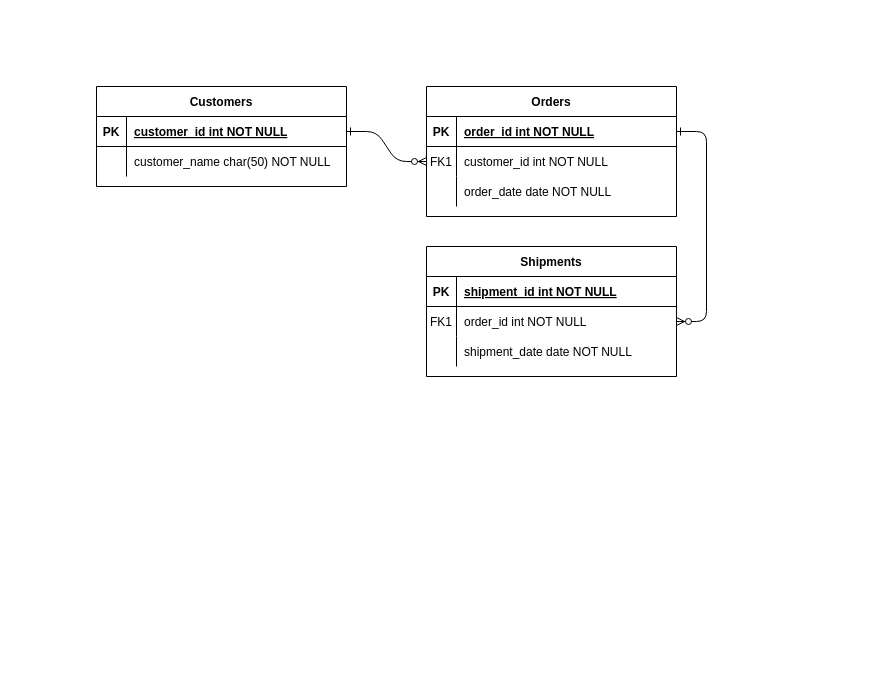
Earlier version of the draw.io diagram postgresql.drawio (yohana993/Postgresql). Source tidied: cells renumbered, new cells numbered last; positions are measured from the earlier drawing's top-left corner, leaving out a move shared by most shapes. Both pictures are drawn from the tidied source at 100%, with x=0, y=0 at pixel (96, 86).
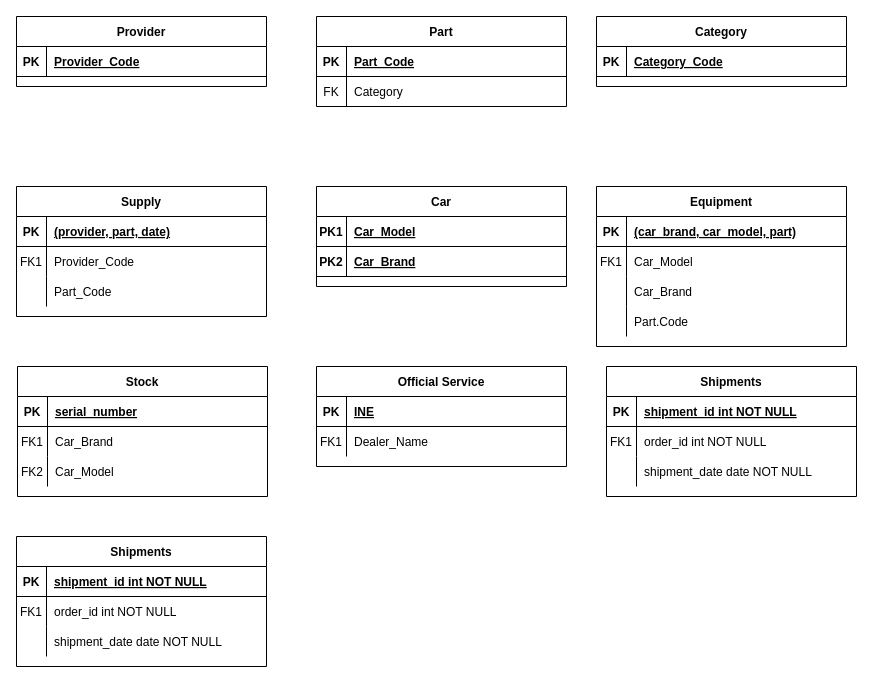
Above is the later version.

Unchanged cells that the change refers to:
```xml
<mxCell id="5" style="shape=partialRectangle;fillColor=none;points=[[0,0.5],[1,0.5]];portConstraint=eastwest;top=0;left=0;right=0;bottom=1;" parent="4" vertex="1">
  <mxGeometry y="30" width="250" height="30" as="geometry" />
</mxCell>
<mxCell id="8" style="shape=partialRectangle;fillColor=none;points=[[0,0.5],[1,0.5]];portConstraint=eastwest;top=0;left=0;right=0;bottom=0;" parent="4" vertex="1">
  <mxGeometry y="60" width="250" height="30" as="geometry" />
</mxCell>
<mxCell id="15" style="shape=partialRectangle;fillColor=none;top=0;left=0;right=0;bottom=1;" parent="14" vertex="1">
  <mxGeometry y="30" width="250" height="30" as="geometry" />
</mxCell>
<mxCell id="25" style="shape=partialRectangle;fillColor=none;points=[[0,0.5],[1,0.5]];portConstraint=eastwest;top=0;left=0;right=0;bottom=1;" parent="24" vertex="1">
  <mxGeometry y="30" width="250" height="30" as="geometry" />
</mxCell>
```

What changed in the source:
```diff
@@
-    <mxCell id="2" style="edgeStyle=entityRelationEdgeStyle;endArrow=ERzeroToMany;startArrow=ERone;endFill=1;startFill=0;" parent="1" edge="1" source="25" target="8">
-      <mxGeometry relative="1" as="geometry" />
-    </mxCell>
-    <mxCell id="3" style="edgeStyle=entityRelationEdgeStyle;endArrow=ERzeroToMany;startArrow=ERone;endFill=1;startFill=0;" parent="1" edge="1" source="5" target="18">
-      <mxGeometry relative="1" as="geometry" />
-    </mxCell>
-    <mxCell id="4" value="Orders" style="shape=table;startSize=30;childLayout=tableLayout;rowLines=0;fontStyle=1;align=center;" parent="1" vertex="1">
-      <mxGeometry x="330" width="250" height="130" as="geometry" />
+    <mxCell id="4" value="Part" style="shape=table;startSize=30;childLayout=tableLayout;rowLines=0;fontStyle=1;align=center;" parent="1" vertex="1">
+      <mxGeometry x="220" y="-70" width="250" height="90" as="geometry" />
     </mxCell>
@@
-    <mxCell id="7" value="order_id int NOT NULL " style="shape=partialRectangle;overflow=hidden;fillColor=none;top=0;left=0;bottom=0;right=0;align=left;spacingLeft=6;fontStyle=5;" parent="5" vertex="1">
+    <mxCell id="7" value="Part_Code" style="shape=partialRectangle;overflow=hidden;fillColor=none;top=0;left=0;bottom=0;right=0;align=left;spacingLeft=6;fontStyle=5;" parent="5" vertex="1">
       <mxGeometry x="30" width="220" height="30" as="geometry" />
     </mxCell>
@@
-    <mxCell id="9" value="FK1" style="shape=partialRectangle;overflow=hidden;fillColor=none;top=0;left=0;bottom=0;right=0;" parent="8" vertex="1">
+    <mxCell id="9" value="FK" style="shape=partialRectangle;overflow=hidden;fillColor=none;top=0;left=0;bottom=0;right=0;" parent="8" vertex="1">
       <mxGeometry width="30" height="30" as="geometry" />
     </mxCell>
-    <mxCell id="10" value="customer_id int NOT NULL" style="shape=partialRectangle;overflow=hidden;fillColor=none;top=0;left=0;bottom=0;right=0;align=left;spacingLeft=6;" parent="8" vertex="1">
+    <mxCell id="10" value="Category" style="shape=partialRectangle;overflow=hidden;fillColor=none;top=0;left=0;bottom=0;right=0;align=left;spacingLeft=6;" parent="8" vertex="1">
       <mxGeometry x="30" width="220" height="30" as="geometry" />
     </mxCell>
-    <mxCell id="11" style="shape=partialRectangle;fillColor=none;top=0;left=0;right=0;bottom=0;" parent="4" vertex="1">
-      <mxGeometry y="90" width="250" height="30" as="geometry" />
-    </mxCell>
-    <mxCell id="12" style="shape=partialRectangle;overflow=hidden;fillColor=none;top=0;left=0;bottom=0;right=0;" parent="11" vertex="1">
-      <mxGeometry width="30" height="30" as="geometry" />
-    </mxCell>
-    <mxCell id="13" value="order_date date NOT NULL" style="shape=partialRectangle;overflow=hidden;fillColor=none;top=0;left=0;bottom=0;right=0;align=left;spacingLeft=6;" parent="11" vertex="1">
-      <mxGeometry x="30" width="220" height="30" as="geometry" />
-    </mxCell>
-    <mxCell id="14" value="Shipments" style="shape=table;startSize=30;childLayout=tableLayout;rowLines=0;fontStyle=1;align=center;" parent="1" vertex="1">
-      <mxGeometry x="330" y="160" width="250" height="130" as="geometry" />
+    <mxCell id="14" value="Category" style="shape=table;startSize=30;childLayout=tableLayout;rowLines=0;fontStyle=1;align=center;" parent="1" vertex="1">
+      <mxGeometry x="500" y="-70" width="250" height="70" as="geometry" />
     </mxCell>
@@
-    <mxCell id="17" value="shipment_id int NOT NULL " style="shape=partialRectangle;overflow=hidden;fillColor=none;top=0;left=0;bottom=0;right=0;align=left;spacingLeft=6;fontStyle=5;" parent="15" vertex="1">
+    <mxCell id="17" value="Category_Code" style="shape=partialRectangle;overflow=hidden;fillColor=none;top=0;left=0;bottom=0;right=0;align=left;spacingLeft=6;fontStyle=5;" parent="15" vertex="1">
       <mxGeometry x="30" width="220" height="30" as="geometry" />
     </mxCell>
-    <mxCell id="18" style="shape=partialRectangle;fillColor=none;points=[[0,0.5],[1,0.5]];portConstraint=eastwest;top=0;left=0;right=0;bottom=0;" parent="14" vertex="1">
-      <mxGeometry y="60" width="250" height="30" as="geometry" />
-    </mxCell>
-    <mxCell id="19" value="FK1" style="shape=partialRectangle;overflow=hidden;fillColor=none;top=0;left=0;bottom=0;right=0;" parent="18" vertex="1">
-      <mxGeometry width="30" height="30" as="geometry" />
-    </mxCell>
-    <mxCell id="20" value="order_id int NOT NULL" style="shape=partialRectangle;overflow=hidden;fillColor=none;top=0;left=0;bottom=0;right=0;align=left;spacingLeft=6;" parent="18" vertex="1">
-      <mxGeometry x="30" width="220" height="30" as="geometry" />
-    </mxCell>
-    <mxCell id="21" style="shape=partialRectangle;fillColor=none;top=0;left=0;right=0;bottom=0;" parent="14" vertex="1">
-      <mxGeometry y="90" width="250" height="30" as="geometry" />
-    </mxCell>
-    <mxCell id="22" style="shape=partialRectangle;overflow=hidden;fillColor=none;top=0;left=0;bottom=0;right=0;" parent="21" vertex="1">
-      <mxGeometry width="30" height="30" as="geometry" />
-    </mxCell>
-    <mxCell id="23" value="shipment_date date NOT NULL" style="shape=partialRectangle;overflow=hidden;fillColor=none;top=0;left=0;bottom=0;right=0;align=left;spacingLeft=6;" parent="21" vertex="1">
-      <mxGeometry x="30" width="220" height="30" as="geometry" />
-    </mxCell>
-    <mxCell id="24" value="Customers" style="shape=table;startSize=30;childLayout=tableLayout;rowLines=0;fontStyle=1;align=center;" parent="1" vertex="1">
-      <mxGeometry width="250" height="100" as="geometry" />
+    <mxCell id="24" value="Provider" style="shape=table;startSize=30;childLayout=tableLayout;rowLines=0;fontStyle=1;align=center;" parent="1" vertex="1">
+      <mxGeometry x="-80" y="-70" width="250" height="70" as="geometry" />
     </mxCell>
@@
-    <mxCell id="27" value="customer_id int NOT NULL " style="shape=partialRectangle;overflow=hidden;fillColor=none;top=0;left=0;bottom=0;right=0;align=left;spacingLeft=6;fontStyle=5;" parent="25" vertex="1">
+    <mxCell id="27" value="Provider_Code" style="shape=partialRectangle;overflow=hidden;fillColor=none;top=0;left=0;bottom=0;right=0;align=left;spacingLeft=6;fontStyle=5;" parent="25" vertex="1">
       <mxGeometry x="30" width="220" height="30" as="geometry" />
     </mxCell>
-    <mxCell id="28" style="shape=partialRectangle;fillColor=none;top=0;left=0;right=0;bottom=0;" parent="24" vertex="1">
-      <mxGeometry y="60" width="250" height="30" as="geometry" />
-    </mxCell>
-    <mxCell id="29" style="shape=partialRectangle;overflow=hidden;fillColor=none;top=0;left=0;bottom=0;right=0;" parent="28" vertex="1">
-      <mxGeometry width="30" height="30" as="geometry" />
-    </mxCell>
-    <mxCell id="30" value="customer_name char(50) NOT NULL" style="shape=partialRectangle;overflow=hidden;fillColor=none;top=0;left=0;bottom=0;right=0;align=left;spacingLeft=6;" parent="28" vertex="1">
-      <mxGeometry x="30" width="220" height="30" as="geometry" />
-    </mxCell>
+    <mxCell id="31" value="Supply" style="shape=table;startSize=30;childLayout=tableLayout;rowLines=0;fontStyle=1;align=center;" parent="1" vertex="1">
+      <mxGeometry x="-80" y="100" width="250" height="130" as="geometry" />
+    </mxCell>
+    <mxCell id="32" style="shape=partialRectangle;fillColor=none;top=0;left=0;right=0;bottom=1;" parent="31" vertex="1">
+      <mxGeometry y="30" width="250" height="30" as="geometry" />
+    </mxCell>
+    <mxCell id="33" value="PK" style="shape=partialRectangle;overflow=hidden;fillColor=none;top=0;left=0;bottom=0;right=0;fontStyle=1;" parent="32" vertex="1">
+      <mxGeometry width="30" height="30" as="geometry" />
+    </mxCell>
+    <mxCell id="34" value="(provider, part, date)" style="shape=partialRectangle;overflow=hidden;fillColor=none;top=0;left=0;bottom=0;right=0;align=left;spacingLeft=6;fontStyle=5;" parent="32" vertex="1">
+      <mxGeometry x="30" width="220" height="30" as="geometry" />
+    </mxCell>
+    <mxCell id="35" style="shape=partialRectangle;fillColor=none;top=0;left=0;right=0;bottom=0;" parent="31" vertex="1">
+      <mxGeometry y="60" width="250" height="30" as="geometry" />
+    </mxCell>
+    <mxCell id="36" value="FK1" style="shape=partialRectangle;overflow=hidden;fillColor=none;top=0;left=0;bottom=0;right=0;" parent="35" vertex="1">
+      <mxGeometry width="30" height="30" as="geometry" />
+    </mxCell>
+    <mxCell id="37" value="Provider_Code" style="shape=partialRectangle;overflow=hidden;fillColor=none;top=0;left=0;bottom=0;right=0;align=left;spacingLeft=6;" parent="35" vertex="1">
+      <mxGeometry x="30" width="220" height="30" as="geometry" />
+    </mxCell>
+    <mxCell id="38" style="shape=partialRectangle;fillColor=none;top=0;left=0;right=0;bottom=0;" parent="31" vertex="1">
+      <mxGeometry y="90" width="250" height="30" as="geometry" />
+    </mxCell>
+    <mxCell id="39" style="shape=partialRectangle;overflow=hidden;fillColor=none;top=0;left=0;bottom=0;right=0;" parent="38" vertex="1">
+      <mxGeometry width="30" height="30" as="geometry" />
+    </mxCell>
+    <mxCell id="40" value="Part_Code" style="shape=partialRectangle;overflow=hidden;fillColor=none;top=0;left=0;bottom=0;right=0;align=left;spacingLeft=6;" parent="38" vertex="1">
+      <mxGeometry x="30" width="220" height="30" as="geometry" />
+    </mxCell>
+    <mxCell id="41" value="Car" style="shape=table;startSize=30;childLayout=tableLayout;rowLines=0;fontStyle=1;align=center;" parent="1" vertex="1">
+      <mxGeometry x="220" y="100" width="250" height="100" as="geometry" />
+    </mxCell>
+    <mxCell id="42" style="shape=partialRectangle;fillColor=none;top=0;left=0;right=0;bottom=1;" parent="41" vertex="1">
+      <mxGeometry y="30" width="250" height="30" as="geometry" />
+    </mxCell>
+    <mxCell id="43" value="PK1" style="shape=partialRectangle;overflow=hidden;fillColor=none;top=0;left=0;bottom=0;right=0;fontStyle=1;" parent="42" vertex="1">
+      <mxGeometry width="30" height="30" as="geometry" />
+    </mxCell>
+    <mxCell id="44" value="Car_Model" style="shape=partialRectangle;overflow=hidden;fillColor=none;top=0;left=0;bottom=0;right=0;align=left;spacingLeft=6;fontStyle=5;" parent="42" vertex="1">
+      <mxGeometry x="30" width="220" height="30" as="geometry" />
+    </mxCell>
+    <mxCell id="45" style="shape=partialRectangle;fillColor=none;top=0;left=0;right=0;bottom=1;" parent="41" vertex="1">
+      <mxGeometry y="60" width="250" height="30" as="geometry" />
+    </mxCell>
+    <mxCell id="46" value="PK2" style="shape=partialRectangle;overflow=hidden;fillColor=none;top=0;left=0;bottom=0;right=0;fontStyle=1;" parent="45" vertex="1">
+      <mxGeometry width="30" height="30" as="geometry" />
+    </mxCell>
+    <mxCell id="47" value="Car_Brand" style="shape=partialRectangle;overflow=hidden;fillColor=none;top=0;left=0;bottom=0;right=0;align=left;spacingLeft=6;fontStyle=5;" parent="45" vertex="1">
+      <mxGeometry x="30" width="220" height="30" as="geometry" />
+    </mxCell>
+    <mxCell id="48" value="Equipment" style="shape=table;startSize=30;childLayout=tableLayout;rowLines=0;fontStyle=1;align=center;" parent="1" vertex="1">
+      <mxGeometry x="500" y="100" width="250" height="160" as="geometry" />
+    </mxCell>
+    <mxCell id="49" style="shape=partialRectangle;fillColor=none;top=0;left=0;right=0;bottom=1;" parent="48" vertex="1">
+      <mxGeometry y="30" width="250" height="30" as="geometry" />
+    </mxCell>
+    <mxCell id="50" value="PK" style="shape=partialRectangle;overflow=hidden;fillColor=none;top=0;left=0;bottom=0;right=0;fontStyle=1;" parent="49" vertex="1">
+      <mxGeometry width="30" height="30" as="geometry" />
+    </mxCell>
+    <mxCell id="51" value="(car_brand, car_model, part)" style="shape=partialRectangle;overflow=hidden;fillColor=none;top=0;left=0;bottom=0;right=0;align=left;spacingLeft=6;fontStyle=5;" parent="49" vertex="1">
+      <mxGeometry x="30" width="220" height="30" as="geometry" />
+    </mxCell>
+    <mxCell id="52" style="shape=partialRectangle;fillColor=none;top=0;left=0;right=0;bottom=0;" parent="48" vertex="1">
+      <mxGeometry y="60" width="250" height="30" as="geometry" />
+    </mxCell>
+    <mxCell id="53" value="FK1" style="shape=partialRectangle;overflow=hidden;fillColor=none;top=0;left=0;bottom=0;right=0;" parent="52" vertex="1">
+      <mxGeometry width="30" height="30" as="geometry" />
+    </mxCell>
+    <mxCell id="54" value="Car_Model" style="shape=partialRectangle;overflow=hidden;fillColor=none;top=0;left=0;bottom=0;right=0;align=left;spacingLeft=6;" parent="52" vertex="1">
+      <mxGeometry x="30" width="220" height="30" as="geometry" />
+    </mxCell>
+    <mxCell id="55" style="shape=partialRectangle;fillColor=none;top=0;left=0;right=0;bottom=0;" parent="48" vertex="1">
+      <mxGeometry y="90" width="250" height="30" as="geometry" />
+    </mxCell>
+    <mxCell id="56" style="shape=partialRectangle;overflow=hidden;fillColor=none;top=0;left=0;bottom=0;right=0;" parent="55" vertex="1">
+      <mxGeometry width="30" height="30" as="geometry" />
+    </mxCell>
+    <mxCell id="57" value="Car_Brand" style="shape=partialRectangle;overflow=hidden;fillColor=none;top=0;left=0;bottom=0;right=0;align=left;spacingLeft=6;" parent="55" vertex="1">
+      <mxGeometry x="30" width="220" height="30" as="geometry" />
+    </mxCell>
+    <mxCell id="58" style="shape=partialRectangle;fillColor=none;top=0;left=0;right=0;bottom=0;" parent="48" vertex="1">
+      <mxGeometry y="120" width="250" height="30" as="geometry" />
+    </mxCell>
+    <mxCell id="59" style="shape=partialRectangle;overflow=hidden;fillColor=none;top=0;left=0;bottom=0;right=0;" parent="58" vertex="1">
+      <mxGeometry width="30" height="30" as="geometry" />
+    </mxCell>
+    <mxCell id="60" value="Part.Code" style="shape=partialRectangle;overflow=hidden;fillColor=none;top=0;left=0;bottom=0;right=0;align=left;spacingLeft=6;" parent="58" vertex="1">
+      <mxGeometry x="30" width="220" height="30" as="geometry" />
+    </mxCell>
+    <mxCell id="61" value="Stock" style="shape=table;startSize=30;childLayout=tableLayout;rowLines=0;fontStyle=1;align=center;" parent="1" vertex="1">
+      <mxGeometry x="-79" y="280" width="250" height="130" as="geometry" />
+    </mxCell>
+    <mxCell id="62" style="shape=partialRectangle;fillColor=none;top=0;left=0;right=0;bottom=1;" parent="61" vertex="1">
+      <mxGeometry y="30" width="250" height="30" as="geometry" />
+    </mxCell>
+    <mxCell id="63" value="PK" style="shape=partialRectangle;overflow=hidden;fillColor=none;top=0;left=0;bottom=0;right=0;fontStyle=1;" parent="62" vertex="1">
+      <mxGeometry width="30" height="30" as="geometry" />
+    </mxCell>
+    <mxCell id="64" value="serial_number" style="shape=partialRectangle;overflow=hidden;fillColor=none;top=0;left=0;bottom=0;right=0;align=left;spacingLeft=6;fontStyle=5;" parent="62" vertex="1">
+      <mxGeometry x="30" width="220" height="30" as="geometry" />
+    </mxCell>
+    <mxCell id="65" style="shape=partialRectangle;fillColor=none;top=0;left=0;right=0;bottom=0;" parent="61" vertex="1">
+      <mxGeometry y="60" width="250" height="30" as="geometry" />
+    </mxCell>
+    <mxCell id="66" value="FK1" style="shape=partialRectangle;overflow=hidden;fillColor=none;top=0;left=0;bottom=0;right=0;" parent="65" vertex="1">
+      <mxGeometry width="30" height="30" as="geometry" />
+    </mxCell>
+    <mxCell id="67" value="Car_Brand" style="shape=partialRectangle;overflow=hidden;fillColor=none;top=0;left=0;bottom=0;right=0;align=left;spacingLeft=6;" parent="65" vertex="1">
+      <mxGeometry x="30" width="220" height="30" as="geometry" />
+    </mxCell>
+    <mxCell id="68" style="shape=partialRectangle;fillColor=none;top=0;left=0;right=0;bottom=0;" parent="61" vertex="1">
+      <mxGeometry y="90" width="250" height="30" as="geometry" />
+    </mxCell>
+    <mxCell id="69" value="FK2" style="shape=partialRectangle;overflow=hidden;fillColor=none;top=0;left=0;bottom=0;right=0;" parent="68" vertex="1">
+      <mxGeometry width="30" height="30" as="geometry" />
+    </mxCell>
+    <mxCell id="70" value="Car_Model" style="shape=partialRectangle;overflow=hidden;fillColor=none;top=0;left=0;bottom=0;right=0;align=left;spacingLeft=6;" parent="68" vertex="1">
+      <mxGeometry x="30" width="220" height="30" as="geometry" />
+    </mxCell>
+    <mxCell id="71" value="Official Service" style="shape=table;startSize=30;childLayout=tableLayout;rowLines=0;fontStyle=1;align=center;" parent="1" vertex="1">
+      <mxGeometry x="220" y="280" width="250" height="100" as="geometry" />
+    </mxCell>
+    <mxCell id="72" style="shape=partialRectangle;fillColor=none;top=0;left=0;right=0;bottom=1;" parent="71" vertex="1">
+      <mxGeometry y="30" width="250" height="30" as="geometry" />
+    </mxCell>
+    <mxCell id="73" value="PK" style="shape=partialRectangle;overflow=hidden;fillColor=none;top=0;left=0;bottom=0;right=0;fontStyle=1;" parent="72" vertex="1">
+      <mxGeometry width="30" height="30" as="geometry" />
+    </mxCell>
+    <mxCell id="74" value="INE" style="shape=partialRectangle;overflow=hidden;fillColor=none;top=0;left=0;bottom=0;right=0;align=left;spacingLeft=6;fontStyle=5;" parent="72" vertex="1">
+      <mxGeometry x="30" width="220" height="30" as="geometry" />
+    </mxCell>
+    <mxCell id="75" style="shape=partialRectangle;fillColor=none;top=0;left=0;right=0;bottom=0;" parent="71" vertex="1">
+      <mxGeometry y="60" width="250" height="30" as="geometry" />
+    </mxCell>
+    <mxCell id="76" value="FK1" style="shape=partialRectangle;overflow=hidden;fillColor=none;top=0;left=0;bottom=0;right=0;" parent="75" vertex="1">
+      <mxGeometry width="30" height="30" as="geometry" />
+    </mxCell>
+    <mxCell id="77" value="Dealer_Name" style="shape=partialRectangle;overflow=hidden;fillColor=none;top=0;left=0;bottom=0;right=0;align=left;spacingLeft=6;" parent="75" vertex="1">
+      <mxGeometry x="30" width="220" height="30" as="geometry" />
+    </mxCell>
+    <mxCell id="78" value="Shipments" style="shape=table;startSize=30;childLayout=tableLayout;rowLines=0;fontStyle=1;align=center;" parent="1" vertex="1">
+      <mxGeometry x="510" y="280" width="250" height="130" as="geometry" />
+    </mxCell>
+    <mxCell id="79" style="shape=partialRectangle;fillColor=none;top=0;left=0;right=0;bottom=1;" parent="78" vertex="1">
+      <mxGeometry y="30" width="250" height="30" as="geometry" />
+    </mxCell>
+    <mxCell id="80" value="PK" style="shape=partialRectangle;overflow=hidden;fillColor=none;top=0;left=0;bottom=0;right=0;fontStyle=1;" parent="79" vertex="1">
+      <mxGeometry width="30" height="30" as="geometry" />
+    </mxCell>
+    <mxCell id="81" value="shipment_id int NOT NULL " style="shape=partialRectangle;overflow=hidden;fillColor=none;top=0;left=0;bottom=0;right=0;align=left;spacingLeft=6;fontStyle=5;" parent="79" vertex="1">
+      <mxGeometry x="30" width="220" height="30" as="geometry" />
+    </mxCell>
+    <mxCell id="82" style="shape=partialRectangle;fillColor=none;top=0;left=0;right=0;bottom=0;" parent="78" vertex="1">
+      <mxGeometry y="60" width="250" height="30" as="geometry" />
+    </mxCell>
+    <mxCell id="83" value="FK1" style="shape=partialRectangle;overflow=hidden;fillColor=none;top=0;left=0;bottom=0;right=0;" parent="82" vertex="1">
+      <mxGeometry width="30" height="30" as="geometry" />
+    </mxCell>
+    <mxCell id="84" value="order_id int NOT NULL" style="shape=partialRectangle;overflow=hidden;fillColor=none;top=0;left=0;bottom=0;right=0;align=left;spacingLeft=6;" parent="82" vertex="1">
+      <mxGeometry x="30" width="220" height="30" as="geometry" />
+    </mxCell>
+    <mxCell id="85" style="shape=partialRectangle;fillColor=none;top=0;left=0;right=0;bottom=0;" parent="78" vertex="1">
+      <mxGeometry y="90" width="250" height="30" as="geometry" />
+    </mxCell>
+    <mxCell id="86" style="shape=partialRectangle;overflow=hidden;fillColor=none;top=0;left=0;bottom=0;right=0;" parent="85" vertex="1">
+      <mxGeometry width="30" height="30" as="geometry" />
+    </mxCell>
+    <mxCell id="87" value="shipment_date date NOT NULL" style="shape=partialRectangle;overflow=hidden;fillColor=none;top=0;left=0;bottom=0;right=0;align=left;spacingLeft=6;" parent="85" vertex="1">
+      <mxGeometry x="30" width="220" height="30" as="geometry" />
+    </mxCell>
+    <mxCell id="88" value="Shipments" style="shape=table;startSize=30;childLayout=tableLayout;rowLines=0;fontStyle=1;align=center;" parent="1" vertex="1">
+      <mxGeometry x="-80" y="450" width="250" height="130" as="geometry" />
+    </mxCell>
+    <mxCell id="89" style="shape=partialRectangle;fillColor=none;top=0;left=0;right=0;bottom=1;" parent="88" vertex="1">
+      <mxGeometry y="30" width="250" height="30" as="geometry" />
+    </mxCell>
+    <mxCell id="90" value="PK" style="shape=partialRectangle;overflow=hidden;fillColor=none;top=0;left=0;bottom=0;right=0;fontStyle=1;" parent="89" vertex="1">
+      <mxGeometry width="30" height="30" as="geometry" />
+    </mxCell>
+    <mxCell id="91" value="shipment_id int NOT NULL " style="shape=partialRectangle;overflow=hidden;fillColor=none;top=0;left=0;bottom=0;right=0;align=left;spacingLeft=6;fontStyle=5;" parent="89" vertex="1">
+      <mxGeometry x="30" width="220" height="30" as="geometry" />
+    </mxCell>
+    <mxCell id="92" style="shape=partialRectangle;fillColor=none;top=0;left=0;right=0;bottom=0;" parent="88" vertex="1">
+      <mxGeometry y="60" width="250" height="30" as="geometry" />
+    </mxCell>
+    <mxCell id="93" value="FK1" style="shape=partialRectangle;overflow=hidden;fillColor=none;top=0;left=0;bottom=0;right=0;" parent="92" vertex="1">
+      <mxGeometry width="30" height="30" as="geometry" />
+    </mxCell>
+    <mxCell id="94" value="order_id int NOT NULL" style="shape=partialRectangle;overflow=hidden;fillColor=none;top=0;left=0;bottom=0;right=0;align=left;spacingLeft=6;" parent="92" vertex="1">
+      <mxGeometry x="30" width="220" height="30" as="geometry" />
+    </mxCell>
+    <mxCell id="95" style="shape=partialRectangle;fillColor=none;top=0;left=0;right=0;bottom=0;" parent="88" vertex="1">
+      <mxGeometry y="90" width="250" height="30" as="geometry" />
+    </mxCell>
+    <mxCell id="96" style="shape=partialRectangle;overflow=hidden;fillColor=none;top=0;left=0;bottom=0;right=0;" parent="95" vertex="1">
+      <mxGeometry width="30" height="30" as="geometry" />
+    </mxCell>
+    <mxCell id="97" value="shipment_date date NOT NULL" style="shape=partialRectangle;overflow=hidden;fillColor=none;top=0;left=0;bottom=0;right=0;align=left;spacingLeft=6;" parent="95" vertex="1">
+      <mxGeometry x="30" width="220" height="30" as="geometry" />
+    </mxCell>
```
